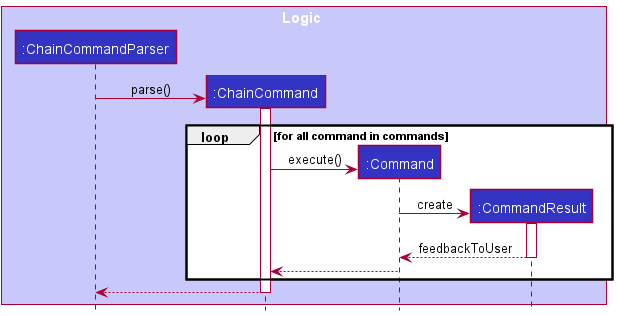
The PlantUML diagram docs/images/ChainCommandSequenceDiagram.png in nus-cs2103-AY2122S2/tp, before a commit.
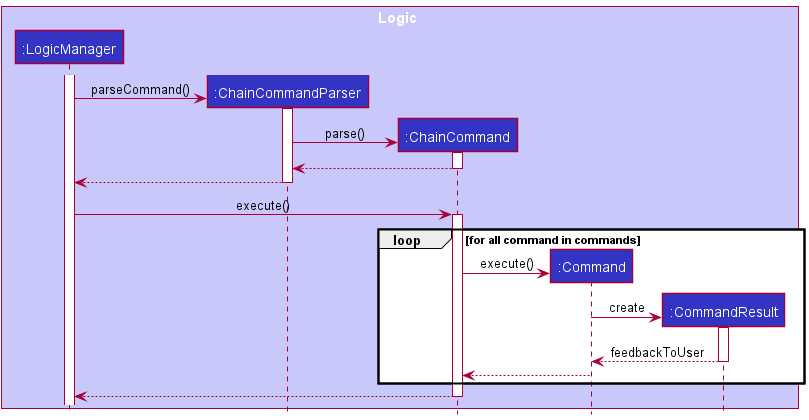
After the change.

Commit message:
Update diagram and some improve testcases

Diff of the diagram source:
```diff
@@ -2,14 +2,30 @@
 !include style.puml
 
 box Logic LOGIC_COLOR_T1
-participant ":ChainCommandParser"  as ChainCommandParser LOGIC_COLOR
-participant ":ChainCommand"  as ChainCommand LOGIC_COLOR
-participant ":Command"  as Command LOGIC_COLOR
-participant ":CommandResult"  as CommandResult LOGIC_COLOR
+participant ":LogicManager" as LogicManager LOGIC_COLOR
+participant ":ChainCommandParser" as ChainCommandParser LOGIC_COLOR
+participant ":ChainCommand" as ChainCommand LOGIC_COLOR
+participant ":Command" as Command LOGIC_COLOR
+participant ":CommandResult" as CommandResult LOGIC_COLOR
 end box
 
+activate LogicManager
+create ChainCommandParser
+LogicManager -> ChainCommandParser: parseCommand()
+
+activate ChainCommandParser
 create ChainCommand
 ChainCommandParser -> ChainCommand : parse()
+activate ChainCommand
+ChainCommand --> ChainCommandParser
+
+deactivate ChainCommand
+
+ChainCommandParser --> LogicManager
+
+deactivate ChainCommandParser
+LogicManager -> ChainCommand: execute()
+
 loop for all command in commands
     activate ChainCommand
     create Command
@@ -21,5 +37,6 @@
     deactivate CommandResult
     Command --> ChainCommand:
 end
+
 return
 @enduml
```
